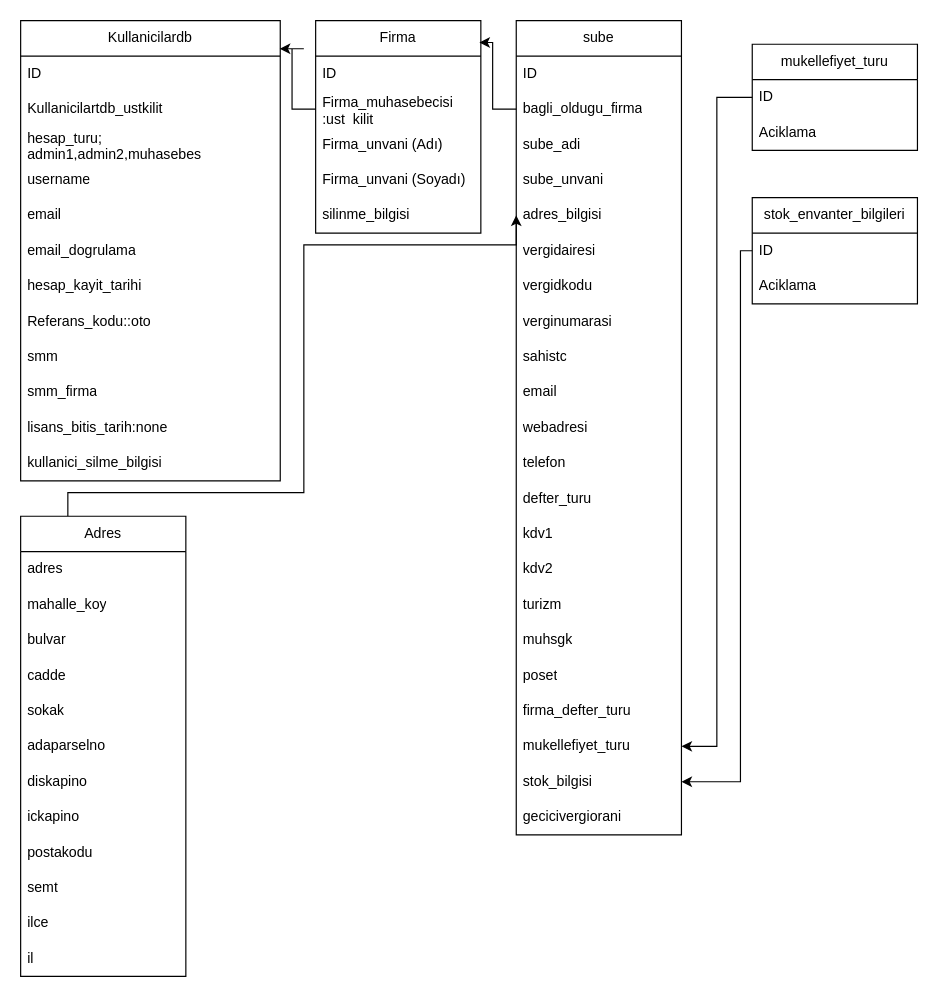
Earlier version of the draw.io diagram ware_finans/dbprogramlama/muhasebedb.drawio (habipels/ware_finans). Source tidied: cells renumbered, new cells numbered last; positions are measured from the earlier drawing's top-left corner, leaving out a move shared by most shapes. Both pictures are drawn from the tidied source at 118%, with x=0, y=0 at pixel (20, 20).
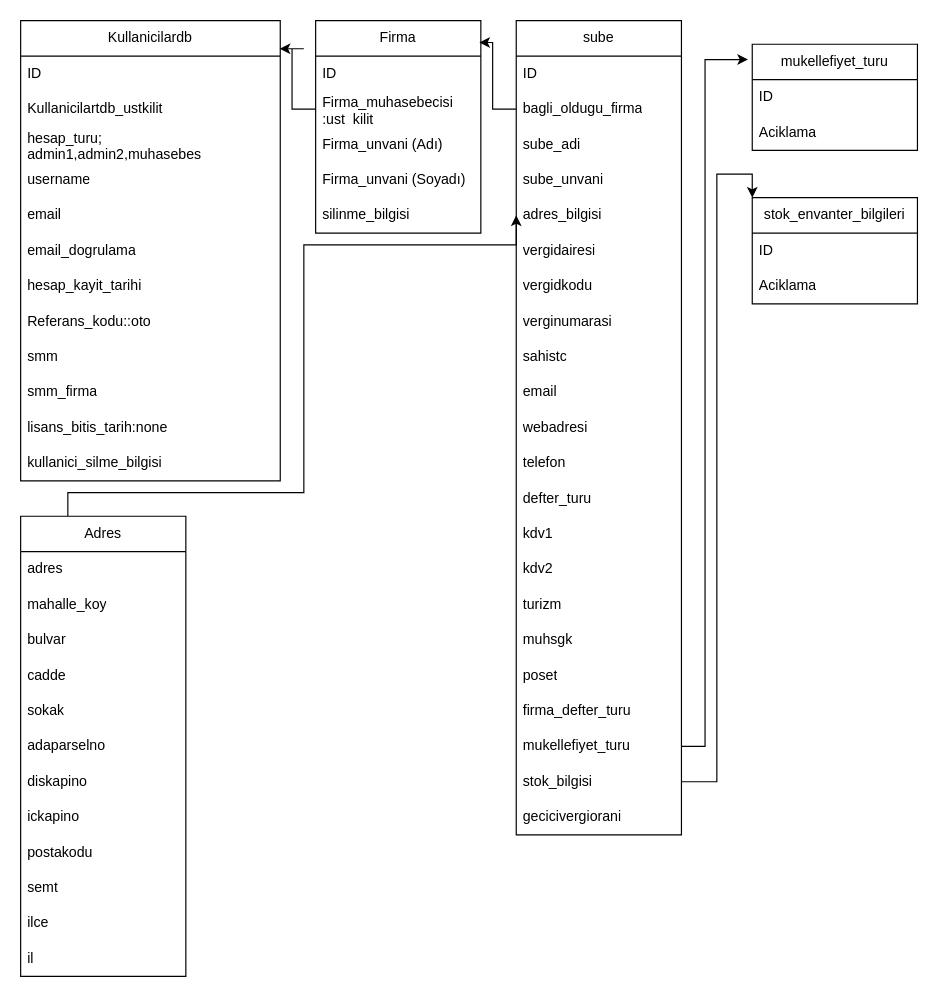
After the change.

Unchanged cells that the change refers to:
```xml
<mxCell id="42" value="mukellefiyet_turu" style="text;strokeColor=none;fillColor=none;align=left;verticalAlign=middle;spacingLeft=4;spacingRight=4;overflow=hidden;points=[[0,0.5],[1,0.5]];portConstraint=eastwest;whiteSpace=wrap;html=1;" parent="22" vertex="1">
  <mxGeometry y="600" width="140" height="30" as="geometry" />
</mxCell>
<mxCell id="43" value="stok_bilgisi" style="text;strokeColor=none;fillColor=none;align=left;verticalAlign=middle;spacingLeft=4;spacingRight=4;overflow=hidden;points=[[0,0.5],[1,0.5]];portConstraint=eastwest;whiteSpace=wrap;html=1;" parent="22" vertex="1">
  <mxGeometry y="630" width="140" height="30" as="geometry" />
</mxCell>
<mxCell id="60" value="mukellefiyet_turu" style="swimlane;fontStyle=0;horizontal=1;startSize=30;whiteSpace=wrap;html=1;" parent="1" vertex="1">
  <mxGeometry x="620" y="20" width="140" height="90" as="geometry" />
</mxCell>
<mxCell id="61" value="ID" style="text;strokeColor=none;fillColor=none;align=left;verticalAlign=middle;spacingLeft=4;spacingRight=4;overflow=hidden;points=[[0,0.5],[1,0.5]];portConstraint=eastwest;whiteSpace=wrap;html=1;" parent="60" vertex="1">
  <mxGeometry y="30" width="140" height="30" as="geometry" />
</mxCell>
<mxCell id="64" value="stok_envanter_bilgileri" style="swimlane;fontStyle=0;horizontal=1;startSize=30;whiteSpace=wrap;html=1;" parent="1" vertex="1">
  <mxGeometry x="620" y="150" width="140" height="90" as="geometry" />
</mxCell>
```

What changed in the source:
```diff
@@
-    <mxCell id="63" style="edgeStyle=orthogonalEdgeStyle;rounded=0;jettySize=auto;html=1;entryX=1;entryY=0.5;entryDx=0;entryDy=0;" parent="1" edge="1" source="64" target="43">
-      <mxGeometry relative="1" as="geometry">
-        <Array as="points">
-          <mxPoint x="610" y="195" />
-          <mxPoint x="610" y="645" />
-        </Array>
-      </mxGeometry>
-    </mxCell>
@@
-    <mxCell id="67" style="edgeStyle=orthogonalEdgeStyle;rounded=0;jettySize=auto;html=1;entryX=1;entryY=0.5;entryDx=0;entryDy=0;" parent="1" edge="1" source="61" target="42">
-      <mxGeometry relative="1" as="geometry" />
-    </mxCell>
+    <mxCell id="68" style="edgeStyle=orthogonalEdgeStyle;rounded=0;jettySize=auto;html=1;entryX=-0.026;entryY=0.144;entryDx=0;entryDy=0;entryPerimeter=0;" parent="1" edge="1" source="42" target="60">
+      <mxGeometry relative="1" as="geometry">
+        <Array as="points">
+          <mxPoint x="580" y="615" />
+          <mxPoint x="580" y="33" />
+        </Array>
+      </mxGeometry>
+    </mxCell>
+    <mxCell id="69" style="edgeStyle=orthogonalEdgeStyle;rounded=0;jettySize=auto;html=1;entryX=0;entryY=0;entryDx=0;entryDy=0;" parent="1" edge="1" source="43" target="64">
+      <mxGeometry relative="1" as="geometry" />
+    </mxCell>
```
